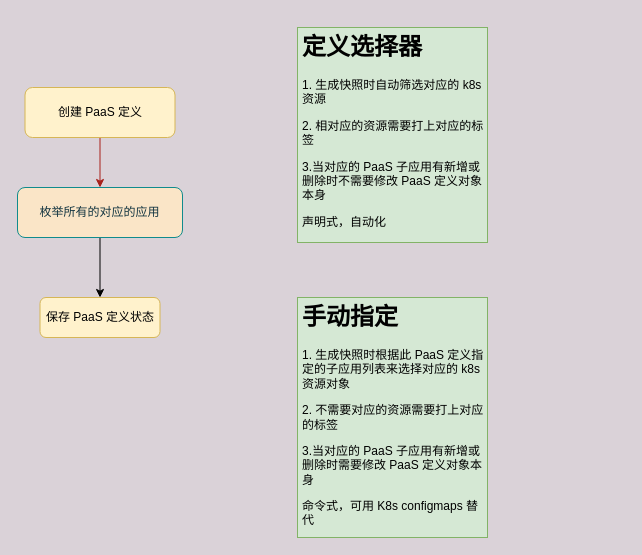
Earlier version of the draw.io diagram create_paas_definition_flow.drawio (Owenxh/docs). Source tidied: cells renumbered, new cells numbered last; positions are measured from the earlier drawing's top-left corner, leaving out a move shared by most shapes. Both pictures are drawn from the tidied source at 100%, with x=0, y=0 at pixel (17, 27).
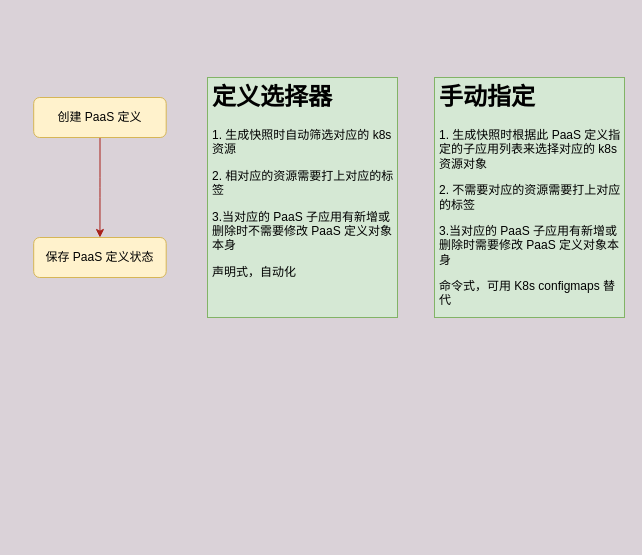
The same page after the edit.

The edit, as a diff of the source:
```diff
@@
 <mxGraphModel background="#DAD2D8">
   <root>
     <mxCell id="0" />
     <mxCell id="1" parent="0" />
-    <mxCell id="2" value="保存 PaaS 定义状态" style="rounded=1;whiteSpace=wrap;html=1;fontSize=12;glass=0;strokeWidth=1;shadow=0;fillColor=#fff2cc;strokeColor=#d6b656;" parent="1" vertex="1">
-      <mxGeometry x="22.5" y="270" width="120" height="40" as="geometry" />
-    </mxCell>
-    <mxCell id="3" style="edgeStyle=orthogonalEdgeStyle;rounded=0;jettySize=auto;html=1;" parent="1" edge="1" source="4" target="2">
-      <mxGeometry relative="1" as="geometry" />
-    </mxCell>
-    <mxCell id="4" value="枚举所有的对应的应用" style="rounded=1;whiteSpace=wrap;html=1;fontSize=12;glass=0;strokeWidth=1;shadow=0;fillColor=#FAE5C7;strokeColor=#0F8B8D;fontColor=#143642;" parent="1" vertex="1">
-      <mxGeometry y="160" width="165" height="50" as="geometry" />
-    </mxCell>
-    <mxCell id="5" style="edgeStyle=orthogonalEdgeStyle;curved=0;rounded=1;sketch=0;jettySize=auto;html=1;fontColor=#143642;strokeColor=#A8201A;fillColor=#FAE5C7;" parent="1" edge="1" source="6" target="4">
+    <mxCell id="5" style="edgeStyle=orthogonalEdgeStyle;curved=0;rounded=1;sketch=0;jettySize=auto;html=1;fontColor=#143642;strokeColor=#A8201A;fillColor=#FAE5C7;entryX=0.5;entryY=0;entryDx=0;entryDy=0;" parent="1" edge="1" source="6" target="2">
       <mxGeometry relative="1" as="geometry" />
     </mxCell>
     <mxCell id="6" value="创建 PaaS 定义" style="rounded=1;whiteSpace=wrap;html=1;fontSize=12;glass=0;strokeWidth=1;shadow=0;fillColor=#fff2cc;strokeColor=#d6b656;" parent="1" vertex="1">
-      <mxGeometry x="7.5" y="60" width="150" height="50" as="geometry" />
+      <mxGeometry x="16.2" y="70" width="132.5" height="40" as="geometry" />
     </mxCell>
     <mxCell id="7" value="&lt;h1&gt;定义选择器&lt;/h1&gt;&lt;p&gt;1. 生成快照时自动筛选对应的 k8s 资源&lt;/p&gt;&lt;p&gt;2. 相对应的资源需要打上对应的标签&lt;/p&gt;&lt;p&gt;3.当对应的 PaaS 子应用有新增或删除时不需要修改 PaaS 定义对象本身&lt;/p&gt;&lt;p&gt;声明式，自动化&lt;/p&gt;&lt;p&gt;&lt;br&gt;&lt;/p&gt;&lt;p&gt;&lt;br&gt;&lt;/p&gt;&lt;p&gt;&lt;br&gt;&lt;/p&gt;" style="text;html=1;strokeColor=#82b366;fillColor=#d5e8d4;spacing=5;spacingTop=-20;whiteSpace=wrap;overflow=hidden;rounded=0;" parent="1" vertex="1">
-      <mxGeometry x="280" width="190" height="215" as="geometry" />
+      <mxGeometry x="190" y="50" width="190" height="240" as="geometry" />
     </mxCell>
     <mxCell id="8" value="&lt;h1&gt;手动指定&lt;/h1&gt;&lt;p&gt;1. 生成快照时根据此 PaaS 定义指定的子应用列表来选择对应的 k8s 资源对象&lt;/p&gt;&lt;p&gt;2. 不需要对应的资源需要打上对应的标签&lt;/p&gt;&lt;p&gt;3.当对应的 PaaS 子应用有新增或删除时需要修改 PaaS 定义对象本身&lt;/p&gt;&lt;p&gt;命令式，可用 K8s configmaps 替代&lt;/p&gt;&lt;p&gt;&lt;br&gt;&lt;/p&gt;&lt;p&gt;&lt;br&gt;&lt;/p&gt;" style="text;html=1;strokeColor=#82b366;fillColor=#d5e8d4;spacing=5;spacingTop=-20;whiteSpace=wrap;overflow=hidden;rounded=0;" parent="1" vertex="1">
-      <mxGeometry x="280" y="270" width="190" height="240" as="geometry" />
+      <mxGeometry x="417" y="50" width="190" height="240" as="geometry" />
     </mxCell>
+    <mxCell id="2" value="保存 PaaS 定义状态" style="rounded=1;whiteSpace=wrap;html=1;fontSize=12;glass=0;strokeWidth=1;shadow=0;fillColor=#fff2cc;strokeColor=#d6b656;" parent="1" vertex="1">
+      <mxGeometry x="16.2" y="210" width="132.5" height="40" as="geometry" />
+    </mxCell>
   </root>
 </mxGraphModel>
```
